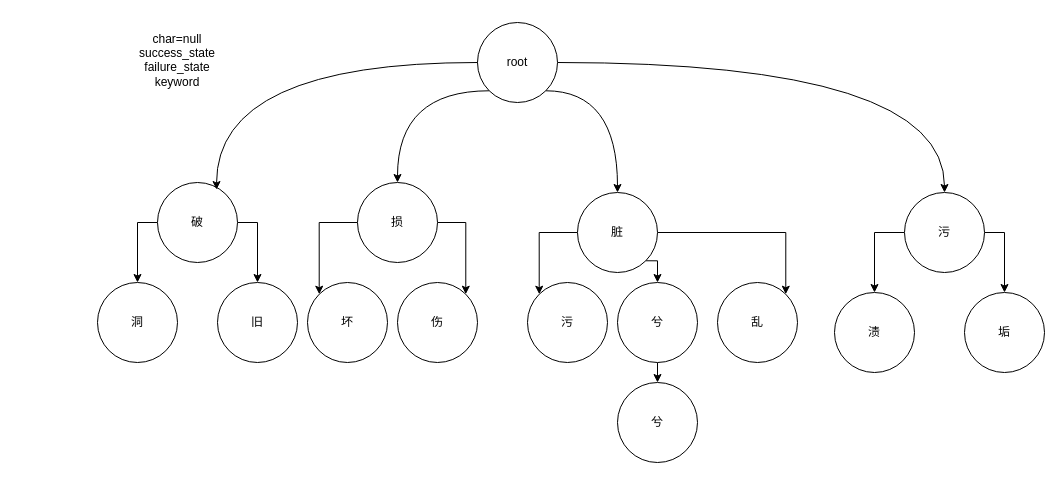
The draw.io diagram VF/VMID/Aho-Corasick.drawio in yeahsyoung/diagram, before the edit. Source tidied: cells renumbered, new cells numbered last; positions are measured from the earlier drawing's top-left corner, leaving out a move shared by most shapes. Both pictures are drawn from the tidied source at 100%, with x=0, y=0 at pixel (97, 22).
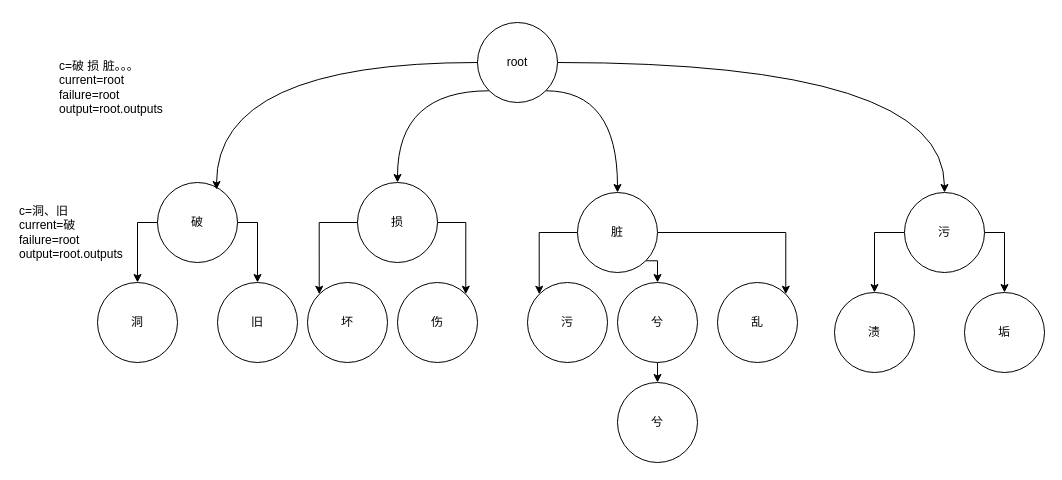
After the change.

Change to the diagram source:
```diff
@@
-    <mxCell id="6" value="&lt;div&gt;&lt;br class=&quot;Apple-interchange-newline&quot;&gt;char=null&lt;/div&gt;&lt;div&gt;success_state&lt;/div&gt;&lt;div&gt;failure_state&lt;/div&gt;&lt;div&gt;keyword&lt;/div&gt;&lt;div&gt;&lt;br&gt;&lt;/div&gt;&lt;div&gt;&lt;br&gt;&lt;/div&gt;" style="text;html=1;align=center;verticalAlign=middle;whiteSpace=wrap;rounded=0;" parent="1" vertex="1">
-      <mxGeometry x="20" width="120" height="90" as="geometry" />
-    </mxCell>
@@
+    <mxCell id="32" value="&lt;div&gt;c=破 损 脏。。。&lt;/div&gt;&lt;div&gt;current=root&lt;/div&gt;failure=root&lt;div&gt;output=root.outputs&lt;/div&gt;" style="text;html=1;align=left;verticalAlign=top;whiteSpace=wrap;rounded=0;" parent="1" vertex="1">
+      <mxGeometry x="-40" y="30" width="130" height="70" as="geometry" />
+    </mxCell>
+    <mxCell id="33" value="&lt;div&gt;c=洞、旧&lt;/div&gt;&lt;div&gt;current=破&lt;/div&gt;failure=root&lt;div&gt;output=root.outputs&lt;/div&gt;" style="text;html=1;align=left;verticalAlign=top;whiteSpace=wrap;rounded=0;" parent="1" vertex="1">
+      <mxGeometry x="-80" y="175" width="130" height="70" as="geometry" />
+    </mxCell>
```
